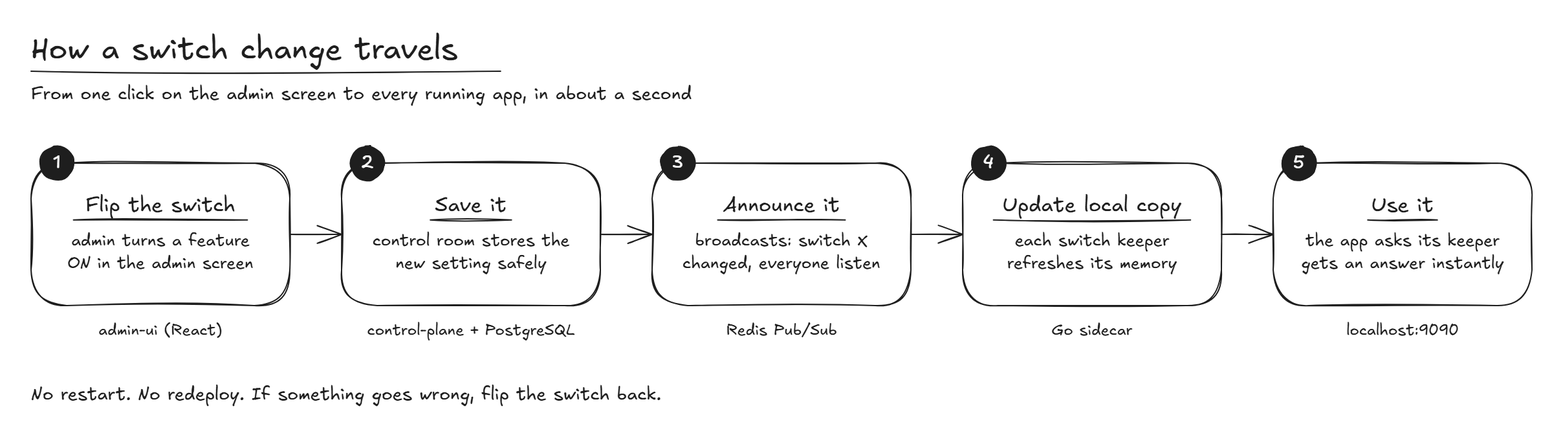
Above: docs/diagrams/02-switch-flow.png in Harshall25/flagmesh (Excalidraw), before the change. Source tidied: one line per element, renumbered; positions are measured from the earlier drawing's top-left corner, leaving out a move shared by most shapes. Source of this version:
```json
{"id": 0, "type": "text", "text": "How a switch change travels", "strokeColor": "#1e1e1e", "strokeWidth": 1, "roughness": 1, "fontSize": 24, "fontFamily": 5, "x": 0, "y": 0, "width": 363, "height": 30}
{"id": 1, "type": "line", "strokeColor": "#1e1e1e", "strokeWidth": 1, "roughness": 1, "x": 0, "y": 31, "width": 363, "height": 0, "points": [[0, 0], [363, 0]]}
{"id": 2, "type": "text", "text": "From one click on the admin screen to every running app, in about a second", "strokeColor": "#1e1e1e", "strokeWidth": 1, "roughness": 1, "fontSize": 14, "fontFamily": 5, "x": 0, "y": 40, "width": 580, "height": 18}
{"id": 3, "type": "rectangle", "strokeColor": "#1e1e1e", "backgroundColor": "#ffffff", "fillStyle": "solid", "strokeWidth": 1, "roughness": 1, "round": true, "x": 0, "y": 102, "width": 200, "height": 110}
{"id": 4, "type": "text", "text": "Flip the switch", "strokeColor": "#1e1e1e", "strokeWidth": 1, "roughness": 1, "fontSize": 16, "fontFamily": 5, "textAlign": "center", "x": 33, "y": 125, "width": 134, "height": 20}
{"id": 5, "type": "line", "strokeColor": "#1e1e1e", "strokeWidth": 1, "roughness": 1, "x": 33, "y": 146, "width": 134, "height": 0, "points": [[0, 0], [134, 0]]}
{"id": 6, "type": "text", "text": "admin turns a feature", "strokeColor": "#1e1e1e", "strokeWidth": 1, "roughness": 1, "fontSize": 13, "fontFamily": 5, "textAlign": "center", "x": 24, "y": 154, "width": 153, "height": 16}
{"id": 7, "type": "text", "text": "ON in the admin screen", "strokeColor": "#1e1e1e", "strokeWidth": 1, "roughness": 1, "fontSize": 13, "fontFamily": 5, "textAlign": "center", "x": 20, "y": 172, "width": 160, "height": 16}
{"id": 8, "type": "ellipse", "strokeColor": "#1e1e1e", "backgroundColor": "#1e1e1e", "fillStyle": "solid", "strokeWidth": 1, "roughness": 1, "round": true, "x": 7, "y": 89, "width": 26, "height": 26}
{"id": 9, "type": "text", "text": "1", "strokeColor": "#ffffff", "strokeWidth": 1, "roughness": 1, "fontSize": 14, "fontFamily": 5, "textAlign": "center", "x": 15, "y": 93, "width": 10, "height": 18}
{"id": 10, "type": "text", "text": "admin-ui (React)", "strokeColor": "#1e1e1e", "strokeWidth": 1, "roughness": 1, "fontSize": 12, "fontFamily": 5, "textAlign": "center", "x": 46, "y": 224, "width": 108, "height": 15}
{"id": 11, "type": "rectangle", "strokeColor": "#1e1e1e", "backgroundColor": "#ffffff", "fillStyle": "solid", "strokeWidth": 1, "roughness": 1, "round": true, "x": 240, "y": 102, "width": 200, "height": 110}
{"id": 12, "type": "text", "text": "Save it", "strokeColor": "#1e1e1e", "strokeWidth": 1, "roughness": 1, "fontSize": 16, "fontFamily": 5, "textAlign": "center", "x": 309, "y": 125, "width": 63, "height": 20}
{"id": 13, "type": "line", "strokeColor": "#1e1e1e", "strokeWidth": 1, "roughness": 1, "x": 309, "y": 146, "width": 63, "height": 0, "points": [[0, 0], [63, 0]]}
{"id": 14, "type": "text", "text": "control room stores the", "strokeColor": "#1e1e1e", "strokeWidth": 1, "roughness": 1, "fontSize": 13, "fontFamily": 5, "textAlign": "center", "x": 256, "y": 154, "width": 167, "height": 16}
{"id": 15, "type": "text", "text": "new setting safely", "strokeColor": "#1e1e1e", "strokeWidth": 1, "roughness": 1, "fontSize": 13, "fontFamily": 5, "textAlign": "center", "x": 274, "y": 172, "width": 131, "height": 16}
{"id": 16, "type": "ellipse", "strokeColor": "#1e1e1e", "backgroundColor": "#1e1e1e", "fillStyle": "solid", "strokeWidth": 1, "roughness": 1, "round": true, "x": 247, "y": 89, "width": 26, "height": 26}
{"id": 17, "type": "text", "text": "2", "strokeColor": "#ffffff", "strokeWidth": 1, "roughness": 1, "fontSize": 14, "fontFamily": 5, "textAlign": "center", "x": 255, "y": 93, "width": 10, "height": 18}
{"id": 18, "type": "text", "text": "control-plane + PostgreSQL", "strokeColor": "#1e1e1e", "strokeWidth": 1, "roughness": 1, "fontSize": 12, "fontFamily": 5, "textAlign": "center", "x": 253, "y": 224, "width": 175, "height": 15}
{"id": 19, "type": "arrow", "strokeColor": "#1e1e1e", "strokeWidth": 1, "roughness": 1, "endArrowhead": "arrow", "x": 200, "y": 157, "width": 40, "height": 0, "points": [[0, 0], [40, 0]]}
{"id": 20, "type": "rectangle", "strokeColor": "#1e1e1e", "backgroundColor": "#ffffff", "fillStyle": "solid", "strokeWidth": 1, "roughness": 1, "round": true, "x": 480, "y": 102, "width": 200, "height": 110}
{"id": 21, "type": "text", "text": "Announce it", "strokeColor": "#1e1e1e", "strokeWidth": 1, "roughness": 1, "fontSize": 16, "fontFamily": 5, "textAlign": "center", "x": 531, "y": 125, "width": 99, "height": 20}
{"id": 22, "type": "line", "strokeColor": "#1e1e1e", "strokeWidth": 1, "roughness": 1, "x": 531, "y": 146, "width": 99, "height": 0, "points": [[0, 0], [99, 0]]}
{"id": 23, "type": "text", "text": "broadcasts: switch X", "strokeColor": "#1e1e1e", "strokeWidth": 1, "roughness": 1, "fontSize": 13, "fontFamily": 5, "textAlign": "center", "x": 507, "y": 154, "width": 146, "height": 16}
{"id": 24, "type": "text", "text": "changed, everyone listen", "strokeColor": "#1e1e1e", "strokeWidth": 1, "roughness": 1, "fontSize": 13, "fontFamily": 5, "textAlign": "center", "x": 493, "y": 172, "width": 175, "height": 16}
{"id": 25, "type": "ellipse", "strokeColor": "#1e1e1e", "backgroundColor": "#1e1e1e", "fillStyle": "solid", "strokeWidth": 1, "roughness": 1, "round": true, "x": 487, "y": 89, "width": 26, "height": 26}
{"id": 26, "type": "text", "text": "3", "strokeColor": "#ffffff", "strokeWidth": 1, "roughness": 1, "fontSize": 14, "fontFamily": 5, "textAlign": "center", "x": 495, "y": 93, "width": 10, "height": 18}
{"id": 27, "type": "text", "text": "Redis Pub/Sub", "strokeColor": "#1e1e1e", "strokeWidth": 1, "roughness": 1, "fontSize": 12, "fontFamily": 5, "textAlign": "center", "x": 536, "y": 224, "width": 87, "height": 15}
{"id": 28, "type": "arrow", "strokeColor": "#1e1e1e", "strokeWidth": 1, "roughness": 1, "endArrowhead": "arrow", "x": 440, "y": 157, "width": 40, "height": 0, "points": [[0, 0], [40, 0]]}
{"id": 29, "type": "rectangle", "strokeColor": "#1e1e1e", "backgroundColor": "#ffffff", "fillStyle": "solid", "strokeWidth": 1, "roughness": 1, "round": true, "x": 720, "y": 102, "width": 200, "height": 110}
{"id": 30, "type": "text", "text": "Update local copy", "strokeColor": "#1e1e1e", "strokeWidth": 1, "roughness": 1, "fontSize": 16, "fontFamily": 5, "textAlign": "center", "x": 744, "y": 125, "width": 152, "height": 20}
{"id": 31, "type": "line", "strokeColor": "#1e1e1e", "strokeWidth": 1, "roughness": 1, "x": 744, "y": 146, "width": 152, "height": 0, "points": [[0, 0], [152, 0]]}
{"id": 32, "type": "text", "text": "each switch keeper", "strokeColor": "#1e1e1e", "strokeWidth": 1, "roughness": 1, "fontSize": 13, "fontFamily": 5, "textAlign": "center", "x": 754, "y": 154, "width": 131, "height": 16}
{"id": 33, "type": "text", "text": "refreshes its memory", "strokeColor": "#1e1e1e", "strokeWidth": 1, "roughness": 1, "fontSize": 13, "fontFamily": 5, "textAlign": "center", "x": 747, "y": 172, "width": 146, "height": 16}
{"id": 34, "type": "ellipse", "strokeColor": "#1e1e1e", "backgroundColor": "#1e1e1e", "fillStyle": "solid", "strokeWidth": 1, "roughness": 1, "round": true, "x": 727, "y": 89, "width": 26, "height": 26}
{"id": 35, "type": "text", "text": "4", "strokeColor": "#ffffff", "strokeWidth": 1, "roughness": 1, "fontSize": 14, "fontFamily": 5, "textAlign": "center", "x": 735, "y": 93, "width": 10, "height": 18}
{"id": 36, "type": "text", "text": "Go sidecar", "strokeColor": "#1e1e1e", "strokeWidth": 1, "roughness": 1, "fontSize": 12, "fontFamily": 5, "textAlign": "center", "x": 786, "y": 224, "width": 67, "height": 15}
{"id": 37, "type": "arrow", "strokeColor": "#1e1e1e", "strokeWidth": 1, "roughness": 1, "endArrowhead": "arrow", "x": 680, "y": 157, "width": 40, "height": 0, "points": [[0, 0], [40, 0]]}
{"id": 38, "type": "rectangle", "strokeColor": "#1e1e1e", "backgroundColor": "#ffffff", "fillStyle": "solid", "strokeWidth": 1, "roughness": 1, "round": true, "x": 960, "y": 102, "width": 200, "height": 110}
{"id": 39, "type": "text", "text": "Use it", "strokeColor": "#1e1e1e", "strokeWidth": 1, "roughness": 1, "fontSize": 16, "fontFamily": 5, "textAlign": "center", "x": 1033, "y": 125, "width": 54, "height": 20}
{"id": 40, "type": "line", "strokeColor": "#1e1e1e", "strokeWidth": 1, "roughness": 1, "x": 1033, "y": 146, "width": 54, "height": 0, "points": [[0, 0], [54, 0]]}
{"id": 41, "type": "text", "text": "the app asks its keeper", "strokeColor": "#1e1e1e", "strokeWidth": 1, "roughness": 1, "fontSize": 13, "fontFamily": 5, "textAlign": "center", "x": 976, "y": 154, "width": 167, "height": 16}
{"id": 42, "type": "text", "text": "gets an answer instantly", "strokeColor": "#1e1e1e", "strokeWidth": 1, "roughness": 1, "fontSize": 13, "fontFamily": 5, "textAlign": "center", "x": 973, "y": 172, "width": 175, "height": 16}
{"id": 43, "type": "ellipse", "strokeColor": "#1e1e1e", "backgroundColor": "#1e1e1e", "fillStyle": "solid", "strokeWidth": 1, "roughness": 1, "round": true, "x": 967, "y": 89, "width": 26, "height": 26}
{"id": 44, "type": "text", "text": "5", "strokeColor": "#ffffff", "strokeWidth": 1, "roughness": 1, "fontSize": 14, "fontFamily": 5, "textAlign": "center", "x": 975, "y": 93, "width": 10, "height": 18}
{"id": 45, "type": "text", "text": "localhost:9090", "strokeColor": "#1e1e1e", "strokeWidth": 1, "roughness": 1, "fontSize": 12, "fontFamily": 5, "textAlign": "center", "x": 1013, "y": 224, "width": 94, "height": 15}
{"id": 46, "type": "arrow", "strokeColor": "#1e1e1e", "strokeWidth": 1, "roughness": 1, "endArrowhead": "arrow", "x": 920, "y": 157, "width": 40, "height": 0, "points": [[0, 0], [40, 0]]}
{"id": 47, "type": "text", "text": "No restart. No redeploy. If something goes wrong, flip the switch back.", "strokeColor": "#1e1e1e", "strokeWidth": 1, "roughness": 1, "fontSize": 14, "fontFamily": 5, "x": 0, "y": 272, "width": 557, "height": 18}
```
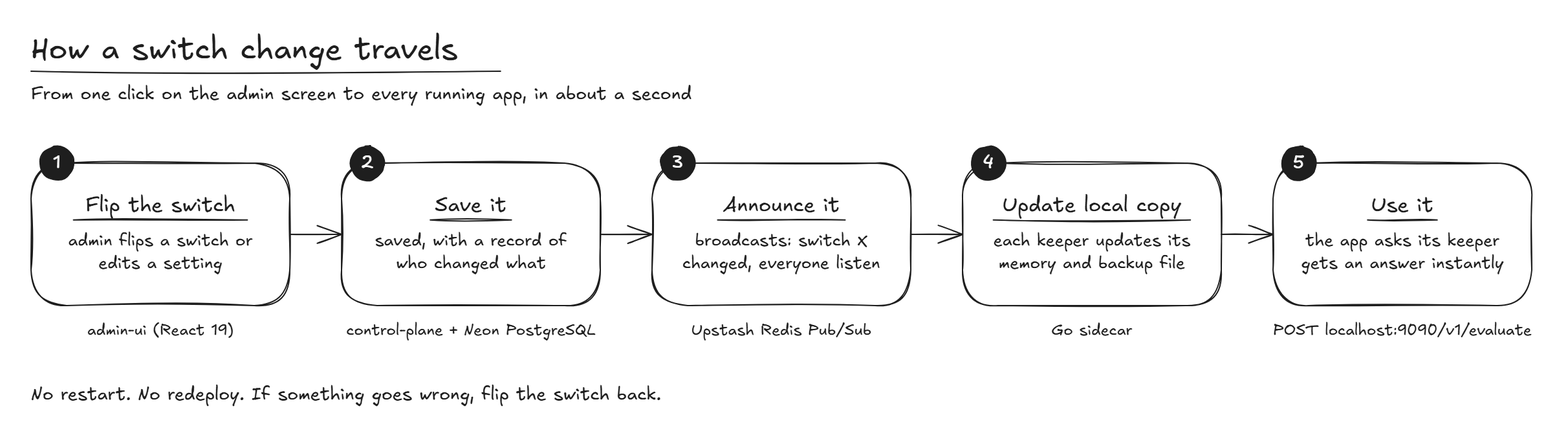
Above is the later version.

What changed in the source:
```diff
@@ -4,19 +4,19 @@
 {"id": 3, "type": "rectangle", "strokeColor": "#1e1e1e", "backgroundColor": "#ffffff", "fillStyle": "solid", "strokeWidth": 1, "roughness": 1, "round": true, "x": 0, "y": 102, "width": 200, "height": 110}
 {"id": 4, "type": "text", "text": "Flip the switch", "strokeColor": "#1e1e1e", "strokeWidth": 1, "roughness": 1, "fontSize": 16, "fontFamily": 5, "textAlign": "center", "x": 33, "y": 125, "width": 134, "height": 20}
 {"id": 5, "type": "line", "strokeColor": "#1e1e1e", "strokeWidth": 1, "roughness": 1, "x": 33, "y": 146, "width": 134, "height": 0, "points": [[0, 0], [134, 0]]}
-{"id": 6, "type": "text", "text": "admin turns a feature", "strokeColor": "#1e1e1e", "strokeWidth": 1, "roughness": 1, "fontSize": 13, "fontFamily": 5, "textAlign": "center", "x": 24, "y": 154, "width": 153, "height": 16}
+{"id": 6, "type": "text", "text": "admin flips a switch or", "strokeColor": "#1e1e1e", "strokeWidth": 1, "roughness": 1, "fontSize": 13, "fontFamily": 5, "textAlign": "center", "x": 16, "y": 154, "width": 167, "height": 16}
-{"id": 7, "type": "text", "text": "ON in the admin screen", "strokeColor": "#1e1e1e", "strokeWidth": 1, "roughness": 1, "fontSize": 13, "fontFamily": 5, "textAlign": "center", "x": 20, "y": 172, "width": 160, "height": 16}
+{"id": 7, "type": "text", "text": "edits a setting", "strokeColor": "#1e1e1e", "strokeWidth": 1, "roughness": 1, "fontSize": 13, "fontFamily": 5, "textAlign": "center", "x": 45, "y": 172, "width": 109, "height": 16}
 {"id": 8, "type": "ellipse", "strokeColor": "#1e1e1e", "backgroundColor": "#1e1e1e", "fillStyle": "solid", "strokeWidth": 1, "roughness": 1, "round": true, "x": 7, "y": 89, "width": 26, "height": 26}
 {"id": 9, "type": "text", "text": "1", "strokeColor": "#ffffff", "strokeWidth": 1, "roughness": 1, "fontSize": 14, "fontFamily": 5, "textAlign": "center", "x": 15, "y": 93, "width": 10, "height": 18}
-{"id": 10, "type": "text", "text": "admin-ui (React)", "strokeColor": "#1e1e1e", "strokeWidth": 1, "roughness": 1, "fontSize": 12, "fontFamily": 5, "textAlign": "center", "x": 46, "y": 224, "width": 108, "height": 15}
+{"id": 10, "type": "text", "text": "admin-ui (React 19)", "strokeColor": "#1e1e1e", "strokeWidth": 1, "roughness": 1, "fontSize": 12, "fontFamily": 5, "textAlign": "center", "x": 36, "y": 224, "width": 128, "height": 15}
 {"id": 11, "type": "rectangle", "strokeColor": "#1e1e1e", "backgroundColor": "#ffffff", "fillStyle": "solid", "strokeWidth": 1, "roughness": 1, "round": true, "x": 240, "y": 102, "width": 200, "height": 110}
 {"id": 12, "type": "text", "text": "Save it", "strokeColor": "#1e1e1e", "strokeWidth": 1, "roughness": 1, "fontSize": 16, "fontFamily": 5, "textAlign": "center", "x": 309, "y": 125, "width": 63, "height": 20}
 {"id": 13, "type": "line", "strokeColor": "#1e1e1e", "strokeWidth": 1, "roughness": 1, "x": 309, "y": 146, "width": 63, "height": 0, "points": [[0, 0], [63, 0]]}
-{"id": 14, "type": "text", "text": "control room stores the", "strokeColor": "#1e1e1e", "strokeWidth": 1, "roughness": 1, "fontSize": 13, "fontFamily": 5, "textAlign": "center", "x": 256, "y": 154, "width": 167, "height": 16}
+{"id": 14, "type": "text", "text": "saved, with a record of", "strokeColor": "#1e1e1e", "strokeWidth": 1, "roughness": 1, "fontSize": 13, "fontFamily": 5, "textAlign": "center", "x": 256, "y": 154, "width": 167, "height": 16}
-{"id": 15, "type": "text", "text": "new setting safely", "strokeColor": "#1e1e1e", "strokeWidth": 1, "roughness": 1, "fontSize": 13, "fontFamily": 5, "textAlign": "center", "x": 274, "y": 172, "width": 131, "height": 16}
+{"id": 15, "type": "text", "text": "who changed what", "strokeColor": "#1e1e1e", "strokeWidth": 1, "roughness": 1, "fontSize": 13, "fontFamily": 5, "textAlign": "center", "x": 282, "y": 172, "width": 116, "height": 16}
 {"id": 16, "type": "ellipse", "strokeColor": "#1e1e1e", "backgroundColor": "#1e1e1e", "fillStyle": "solid", "strokeWidth": 1, "roughness": 1, "round": true, "x": 247, "y": 89, "width": 26, "height": 26}
 {"id": 17, "type": "text", "text": "2", "strokeColor": "#ffffff", "strokeWidth": 1, "roughness": 1, "fontSize": 14, "fontFamily": 5, "textAlign": "center", "x": 255, "y": 93, "width": 10, "height": 18}
-{"id": 18, "type": "text", "text": "control-plane + PostgreSQL", "strokeColor": "#1e1e1e", "strokeWidth": 1, "roughness": 1, "fontSize": 12, "fontFamily": 5, "textAlign": "center", "x": 253, "y": 224, "width": 175, "height": 15}
+{"id": 18, "type": "text", "text": "control-plane + Neon PostgreSQL", "strokeColor": "#1e1e1e", "strokeWidth": 1, "roughness": 1, "fontSize": 12, "fontFamily": 5, "textAlign": "center", "x": 236, "y": 224, "width": 208, "height": 15}
 {"id": 19, "type": "arrow", "strokeColor": "#1e1e1e", "strokeWidth": 1, "roughness": 1, "endArrowhead": "arrow", "x": 200, "y": 157, "width": 40, "height": 0, "points": [[0, 0], [40, 0]]}
 {"id": 20, "type": "rectangle", "strokeColor": "#1e1e1e", "backgroundColor": "#ffffff", "fillStyle": "solid", "strokeWidth": 1, "roughness": 1, "round": true, "x": 480, "y": 102, "width": 200, "height": 110}
 {"id": 21, "type": "text", "text": "Announce it", "strokeColor": "#1e1e1e", "strokeWidth": 1, "roughness": 1, "fontSize": 16, "fontFamily": 5, "textAlign": "center", "x": 531, "y": 125, "width": 99, "height": 20}
@@ -25,13 +25,13 @@
 {"id": 24, "type": "text", "text": "changed, everyone listen", "strokeColor": "#1e1e1e", "strokeWidth": 1, "roughness": 1, "fontSize": 13, "fontFamily": 5, "textAlign": "center", "x": 493, "y": 172, "width": 175, "height": 16}
 {"id": 25, "type": "ellipse", "strokeColor": "#1e1e1e", "backgroundColor": "#1e1e1e", "fillStyle": "solid", "strokeWidth": 1, "roughness": 1, "round": true, "x": 487, "y": 89, "width": 26, "height": 26}
 {"id": 26, "type": "text", "text": "3", "strokeColor": "#ffffff", "strokeWidth": 1, "roughness": 1, "fontSize": 14, "fontFamily": 5, "textAlign": "center", "x": 495, "y": 93, "width": 10, "height": 18}
-{"id": 27, "type": "text", "text": "Redis Pub/Sub", "strokeColor": "#1e1e1e", "strokeWidth": 1, "roughness": 1, "fontSize": 12, "fontFamily": 5, "textAlign": "center", "x": 536, "y": 224, "width": 87, "height": 15}
+{"id": 27, "type": "text", "text": "Upstash Redis Pub/Sub", "strokeColor": "#1e1e1e", "strokeWidth": 1, "roughness": 1, "fontSize": 12, "fontFamily": 5, "textAlign": "center", "x": 509, "y": 224, "width": 141, "height": 15}
 {"id": 28, "type": "arrow", "strokeColor": "#1e1e1e", "strokeWidth": 1, "roughness": 1, "endArrowhead": "arrow", "x": 440, "y": 157, "width": 40, "height": 0, "points": [[0, 0], [40, 0]]}
 {"id": 29, "type": "rectangle", "strokeColor": "#1e1e1e", "backgroundColor": "#ffffff", "fillStyle": "solid", "strokeWidth": 1, "roughness": 1, "round": true, "x": 720, "y": 102, "width": 200, "height": 110}
 {"id": 30, "type": "text", "text": "Update local copy", "strokeColor": "#1e1e1e", "strokeWidth": 1, "roughness": 1, "fontSize": 16, "fontFamily": 5, "textAlign": "center", "x": 744, "y": 125, "width": 152, "height": 20}
 {"id": 31, "type": "line", "strokeColor": "#1e1e1e", "strokeWidth": 1, "roughness": 1, "x": 744, "y": 146, "width": 152, "height": 0, "points": [[0, 0], [152, 0]]}
-{"id": 32, "type": "text", "text": "each switch keeper", "strokeColor": "#1e1e1e", "strokeWidth": 1, "roughness": 1, "fontSize": 13, "fontFamily": 5, "textAlign": "center", "x": 754, "y": 154, "width": 131, "height": 16}
+{"id": 32, "type": "text", "text": "each keeper updates its", "strokeColor": "#1e1e1e", "strokeWidth": 1, "roughness": 1, "fontSize": 13, "fontFamily": 5, "textAlign": "center", "x": 736, "y": 154, "width": 167, "height": 16}
-{"id": 33, "type": "text", "text": "refreshes its memory", "strokeColor": "#1e1e1e", "strokeWidth": 1, "roughness": 1, "fontSize": 13, "fontFamily": 5, "textAlign": "center", "x": 747, "y": 172, "width": 146, "height": 16}
+{"id": 33, "type": "text", "text": "memory and backup file", "strokeColor": "#1e1e1e", "strokeWidth": 1, "roughness": 1, "fontSize": 13, "fontFamily": 5, "textAlign": "center", "x": 740, "y": 172, "width": 160, "height": 16}
 {"id": 34, "type": "ellipse", "strokeColor": "#1e1e1e", "backgroundColor": "#1e1e1e", "fillStyle": "solid", "strokeWidth": 1, "roughness": 1, "round": true, "x": 727, "y": 89, "width": 26, "height": 26}
 {"id": 35, "type": "text", "text": "4", "strokeColor": "#ffffff", "strokeWidth": 1, "roughness": 1, "fontSize": 14, "fontFamily": 5, "textAlign": "center", "x": 735, "y": 93, "width": 10, "height": 18}
 {"id": 36, "type": "text", "text": "Go sidecar", "strokeColor": "#1e1e1e", "strokeWidth": 1, "roughness": 1, "fontSize": 12, "fontFamily": 5, "textAlign": "center", "x": 786, "y": 224, "width": 67, "height": 15}
@@ -43,6 +43,6 @@
 {"id": 42, "type": "text", "text": "gets an answer instantly", "strokeColor": "#1e1e1e", "strokeWidth": 1, "roughness": 1, "fontSize": 13, "fontFamily": 5, "textAlign": "center", "x": 973, "y": 172, "width": 175, "height": 16}
 {"id": 43, "type": "ellipse", "strokeColor": "#1e1e1e", "backgroundColor": "#1e1e1e", "fillStyle": "solid", "strokeWidth": 1, "roughness": 1, "round": true, "x": 967, "y": 89, "width": 26, "height": 26}
 {"id": 44, "type": "text", "text": "5", "strokeColor": "#ffffff", "strokeWidth": 1, "roughness": 1, "fontSize": 14, "fontFamily": 5, "textAlign": "center", "x": 975, "y": 93, "width": 10, "height": 18}
-{"id": 45, "type": "text", "text": "localhost:9090", "strokeColor": "#1e1e1e", "strokeWidth": 1, "roughness": 1, "fontSize": 12, "fontFamily": 5, "textAlign": "center", "x": 1013, "y": 224, "width": 94, "height": 15}
+{"id": 45, "type": "text", "text": "POST localhost:9090/v1/evaluate", "strokeColor": "#1e1e1e", "strokeWidth": 1, "roughness": 1, "fontSize": 12, "fontFamily": 5, "textAlign": "center", "x": 956, "y": 224, "width": 208, "height": 15}
 {"id": 46, "type": "arrow", "strokeColor": "#1e1e1e", "strokeWidth": 1, "roughness": 1, "endArrowhead": "arrow", "x": 920, "y": 157, "width": 40, "height": 0, "points": [[0, 0], [40, 0]]}
 {"id": 47, "type": "text", "text": "No restart. No redeploy. If something goes wrong, flip the switch back.", "strokeColor": "#1e1e1e", "strokeWidth": 1, "roughness": 1, "fontSize": 14, "fontFamily": 5, "x": 0, "y": 272, "width": 557, "height": 18}
```
